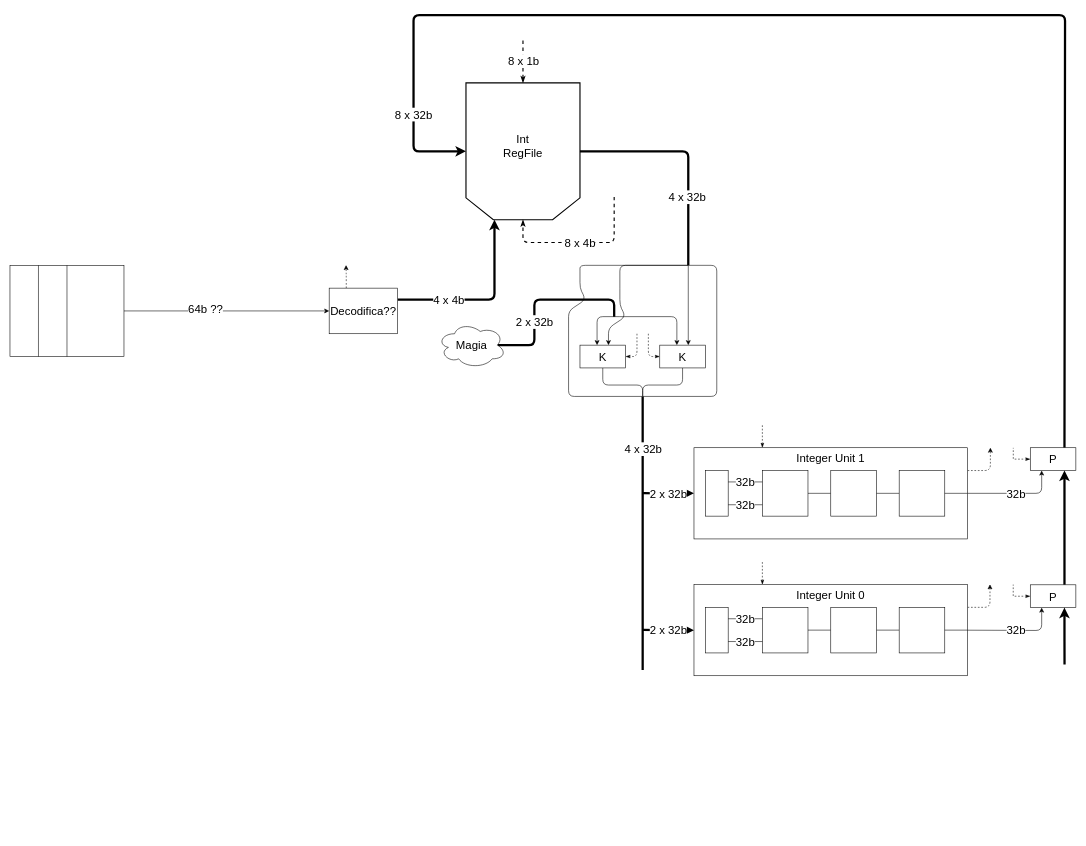
This is Diagrammi/ExecuteStage.drawio from The90Frank/MinorArmAnalyzer, a draw.io file, before an edit. Source tidied: cells renumbered, new cells numbered last; positions are measured from the earlier drawing's top-left corner, leaving out a move shared by most shapes. Both pictures are drawn from the tidied source at 57%, with x=0, y=0 at pixel (10, 15).
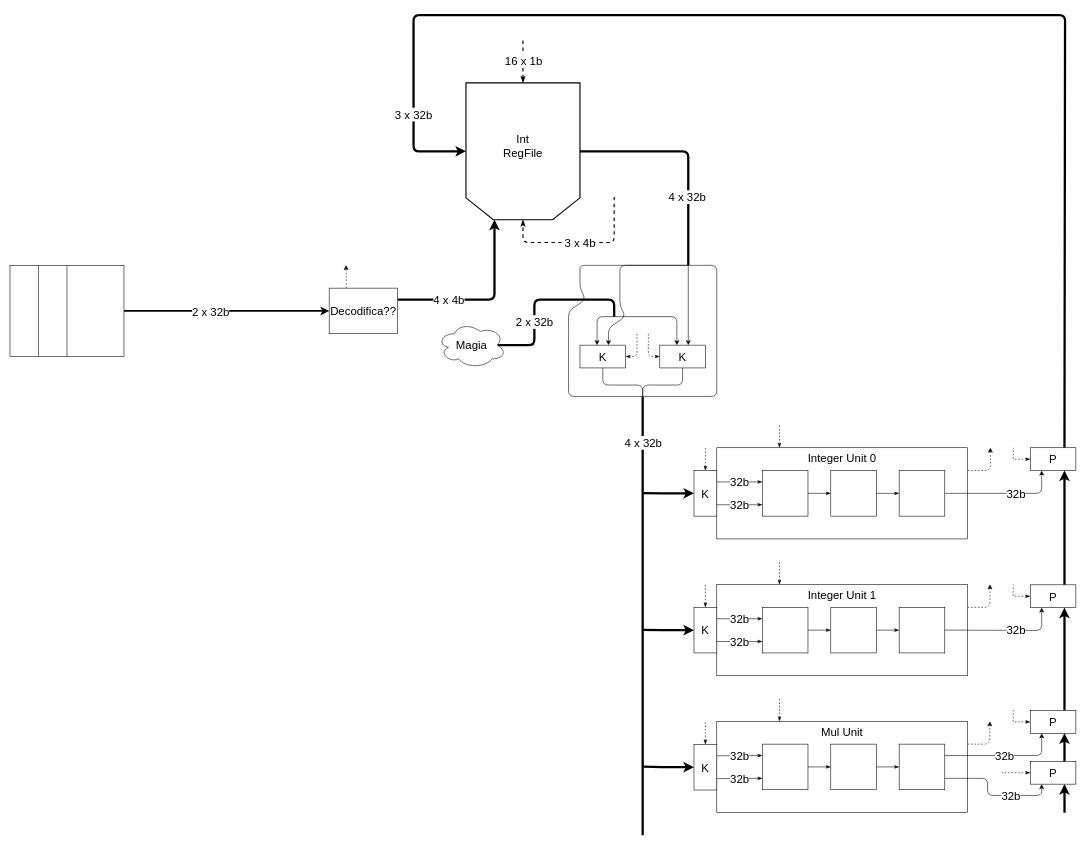
Above is the later version.

The change refers to these unchanged cells:
```xml
<mxCell id="4" style="rounded=0;whiteSpace=wrap;html=1;fontSize=20;align=right;" parent="1" vertex="1">
  <mxGeometry y="439" width="200" height="160" as="geometry" />
</mxCell>
<mxCell id="9" style="shape=loopLimit;whiteSpace=wrap;html=1;rotation=180;size=48;strokeWidth=2;fontSize=20;" parent="1" vertex="1">
  <mxGeometry x="800" y="119" width="200" height="240" as="geometry" />
</mxCell>
<mxCell id="13" value="Decodifica??" style="rounded=0;whiteSpace=wrap;html=1;fontSize=20;" parent="1" vertex="1">
  <mxGeometry x="560" y="479" width="120" height="80" as="geometry" />
</mxCell>
<mxCell id="39" style="whiteSpace=wrap;html=1;fontSize=20;" parent="1" vertex="1">
  <mxGeometry x="1320" y="799" width="80" height="80" as="geometry" />
</mxCell>
<mxCell id="41" style="whiteSpace=wrap;html=1;fontSize=20;" parent="1" vertex="1">
  <mxGeometry x="1440" y="799" width="80" height="80" as="geometry" />
</mxCell>
<mxCell id="42" style="whiteSpace=wrap;html=1;fontSize=20;" parent="1" vertex="1">
  <mxGeometry x="1560" y="799" width="80" height="80" as="geometry" />
</mxCell>
<mxCell id="52" style="whiteSpace=wrap;html=1;fontSize=20;" parent="1" vertex="1">
  <mxGeometry x="1320" y="1039" width="80" height="80" as="geometry" />
</mxCell>
<mxCell id="54" style="whiteSpace=wrap;html=1;fontSize=20;" parent="1" vertex="1">
  <mxGeometry x="1440" y="1039" width="80" height="80" as="geometry" />
</mxCell>
<mxCell id="55" style="whiteSpace=wrap;html=1;fontSize=20;" parent="1" vertex="1">
  <mxGeometry x="1560" y="1039" width="80" height="80" as="geometry" />
</mxCell>
<mxCell id="63" value="P" style="rounded=0;whiteSpace=wrap;html=1;fontSize=20;" parent="1" vertex="1">
  <mxGeometry x="1790" y="759" width="80" height="40" as="geometry" />
</mxCell>
<mxCell id="67" value="P" style="rounded=0;whiteSpace=wrap;html=1;fontSize=20;" parent="1" vertex="1">
  <mxGeometry x="1790" y="999.5" width="80" height="40" as="geometry" />
</mxCell>
```

Change to the diagram source:
```diff
@@
-    <mxCell id="2" style="edgeStyle=orthogonalEdgeStyle;rounded=0;jettySize=auto;html=1;exitX=1;exitY=0.5;exitDx=0;exitDy=0;entryX=0;entryY=0.5;entryDx=0;entryDy=0;startSize=6;endSize=6;strokeWidth=1;fontSize=20;" parent="1" edge="1" source="4" target="13">
+    <mxCell id="2" style="edgeStyle=orthogonalEdgeStyle;rounded=0;jettySize=auto;html=1;exitX=1;exitY=0.5;exitDx=0;exitDy=0;entryX=0;entryY=0.5;entryDx=0;entryDy=0;startSize=6;endSize=6;strokeWidth=3;fontSize=20;" parent="1" edge="1" source="4" target="13">
       <mxGeometry relative="1" as="geometry" />
     </mxCell>
-    <mxCell id="3" value="64b ??" style="text;html=1;align=center;verticalAlign=middle;labelBackgroundColor=#ffffff;fontSize=20;" parent="2" vertex="1">
-      <mxGeometry x="-0.21" y="5" relative="1" as="geometry" />
+    <mxCell id="3" value="2 x 32b" style="text;html=1;align=center;verticalAlign=middle;labelBackgroundColor=#ffffff;fontSize=20;" parent="2" vertex="1">
+      <mxGeometry x="-0.21" y="5" relative="1" as="geometry">
+        <mxPoint x="9" y="5.5" as="offset" />
+      </mxGeometry>
     </mxCell>
@@
-    <mxCell id="7" value="8 x 1b" style="edgeStyle=orthogonalEdgeStyle;rounded=1;jettySize=auto;html=1;startArrow=classicThin;startFill=1;startSize=6;endArrow=none;endFill=0;endSize=6;strokeWidth=2;dashed=1;fontSize=20;" parent="1" edge="1" source="9">
+    <mxCell id="7" value="16 x 1b" style="edgeStyle=orthogonalEdgeStyle;rounded=1;jettySize=auto;html=1;startArrow=classicThin;startFill=1;startSize=6;endArrow=none;endFill=0;endSize=6;strokeWidth=2;dashed=1;fontSize=20;" parent="1" edge="1" source="9">
       <mxGeometry relative="1" as="geometry">
         <mxPoint x="900" y="39" as="targetPoint" />
       </mxGeometry>
     </mxCell>
-    <mxCell id="8" value="8 x 32b" style="edgeStyle=orthogonalEdgeStyle;rounded=1;jettySize=auto;html=1;startArrow=classic;startFill=1;startSize=6;endArrow=none;endFill=0;endSize=6;strokeWidth=4;fontSize=20;exitX=1;exitY=0.5;exitDx=0;exitDy=0;entryX=0.75;entryY=0;entryDx=0;entryDy=0;" parent="1" edge="1" source="9" target="63">
+    <mxCell id="8" value="3 x 32b" style="edgeStyle=orthogonalEdgeStyle;rounded=1;jettySize=auto;html=1;startArrow=classic;startFill=1;startSize=6;endArrow=none;endFill=0;endSize=6;strokeWidth=4;fontSize=20;exitX=1;exitY=0.5;exitDx=0;exitDy=0;entryX=0.75;entryY=0;entryDx=0;entryDy=0;" parent="1" edge="1" source="9" target="63">
       <mxGeometry x="-0.86" relative="1" as="geometry">
         <Array as="points">
           <mxPoint x="708" y="239" />
           <mxPoint x="708" />
           <mxPoint x="1851" />
           <mxPoint x="1851" y="759" />
         </Array>
         <mxPoint y="-1" as="offset" />
       </mxGeometry>
     </mxCell>
@@
-    <mxCell id="34" value="2 x 32b&lt;br style=&quot;font-size: 20px;&quot;&gt;" style="edgeStyle=orthogonalEdgeStyle;rounded=1;jettySize=auto;html=1;exitX=0;exitY=0.5;exitDx=0;exitDy=0;startArrow=classic;startFill=1;startSize=6;endArrow=none;endFill=0;endSize=6;strokeWidth=4;fontSize=20;" parent="1" edge="1" source="35">
+    <mxCell id="34" style="edgeStyle=orthogonalEdgeStyle;rounded=1;jettySize=auto;html=1;exitX=0;exitY=0.5;exitDx=0;exitDy=0;startArrow=classic;startFill=1;startSize=6;endArrow=none;endFill=0;endSize=6;strokeWidth=4;fontSize=20;" parent="1" edge="1" source="43">
       <mxGeometry relative="1" as="geometry">
         <mxPoint x="1110" y="838.6" as="targetPoint" />
       </mxGeometry>
     </mxCell>
-    <mxCell id="35" value="&lt;font style=&quot;font-size: 20px&quot;&gt;Integer Unit 1&lt;/font&gt;" style="rounded=0;whiteSpace=wrap;html=1;verticalAlign=top;fontSize=20;" parent="1" vertex="1">
-      <mxGeometry x="1200" y="759" width="480" height="160" as="geometry" />
+    <mxCell id="35" value="&lt;font style=&quot;font-size: 20px&quot;&gt;Integer Unit 0&lt;/font&gt;" style="rounded=0;whiteSpace=wrap;html=1;verticalAlign=top;fontSize=20;" parent="1" vertex="1">
+      <mxGeometry x="1240" y="759" width="440" height="160" as="geometry" />
     </mxCell>
     <mxCell id="36" style="endArrow=none;html=1;strokeWidth=4;endFill=0;fontSize=20;" parent="1" edge="1">
       <mxGeometry relative="1" as="geometry">
         <mxPoint x="1110" y="669" as="sourcePoint" />
-        <mxPoint x="1110" y="1149" as="targetPoint" />
+        <mxPoint x="1110" y="1439" as="targetPoint" />
       </mxGeometry>
     </mxCell>
     <mxCell id="37" value="4 x 32b" style="text;html=1;align=center;verticalAlign=middle;labelBackgroundColor=#ffffff;fontSize=20;" parent="36" vertex="1">
       <mxGeometry x="-0.33" relative="1" as="geometry">
-        <mxPoint y="-70" as="offset" />
+        <mxPoint y="-177.5" as="offset" />
       </mxGeometry>
     </mxCell>
-    <mxCell id="38" style="edgeStyle=orthogonalEdgeStyle;rounded=1;jettySize=auto;html=1;exitX=1;exitY=0.5;exitDx=0;exitDy=0;entryX=0;entryY=0.5;entryDx=0;entryDy=0;startArrow=none;startFill=0;startSize=6;endArrow=none;endFill=0;endSize=6;strokeWidth=1;fontSize=20;" parent="1" edge="1" source="39" target="41">
+    <mxCell id="38" style="edgeStyle=orthogonalEdgeStyle;rounded=1;jettySize=auto;html=1;exitX=1;exitY=0.5;exitDx=0;exitDy=0;entryX=0;entryY=0.5;entryDx=0;entryDy=0;startArrow=none;startFill=0;startSize=6;endArrow=classicThin;endFill=1;endSize=6;strokeWidth=1;fontSize=20;" parent="1" edge="1" source="39" target="41">
       <mxGeometry relative="1" as="geometry" />
     </mxCell>
@@
-    <mxCell id="40" style="edgeStyle=orthogonalEdgeStyle;rounded=1;jettySize=auto;html=1;exitX=1;exitY=0.5;exitDx=0;exitDy=0;entryX=0;entryY=0.5;entryDx=0;entryDy=0;startArrow=none;startFill=0;startSize=6;endArrow=none;endFill=0;endSize=6;strokeWidth=1;fontSize=20;" parent="1" edge="1" source="41" target="42">
+    <mxCell id="40" style="edgeStyle=orthogonalEdgeStyle;rounded=1;jettySize=auto;html=1;exitX=1;exitY=0.5;exitDx=0;exitDy=0;entryX=0;entryY=0.5;entryDx=0;entryDy=0;startArrow=none;startFill=0;startSize=6;endArrow=classicThin;endFill=1;endSize=6;strokeWidth=1;fontSize=20;" parent="1" edge="1" source="41" target="42">
       <mxGeometry relative="1" as="geometry" />
     </mxCell>
@@
-    <mxCell id="43" style="rounded=0;whiteSpace=wrap;html=1;fontSize=20;" parent="1" vertex="1">
-      <mxGeometry x="1220" y="799" width="40" height="80" as="geometry" />
+    <mxCell id="43" value="K" style="rounded=0;whiteSpace=wrap;html=1;fontSize=20;" parent="1" vertex="1">
+      <mxGeometry x="1200" y="799" width="40" height="80" as="geometry" />
     </mxCell>
@@
-    <mxCell id="45" value="32b" style="endArrow=none;html=1;strokeWidth=1;entryX=0;entryY=0.25;entryDx=0;entryDy=0;exitX=1;exitY=0.25;exitDx=0;exitDy=0;fontSize=20;" parent="1" edge="1" source="43" target="39">
+    <mxCell id="45" value="32b" style="endArrow=classicThin;html=1;strokeWidth=1;entryX=0;entryY=0.25;entryDx=0;entryDy=0;exitX=1;exitY=0.25;exitDx=0;exitDy=0;fontSize=20;endFill=1;" parent="1" edge="1" source="43" target="39">
       <mxGeometry relative="1" as="geometry" />
     </mxCell>
-    <mxCell id="46" value="32b" style="endArrow=none;html=1;strokeWidth=1;entryX=0;entryY=0.75;entryDx=0;entryDy=0;exitX=1;exitY=0.75;exitDx=0;exitDy=0;fontSize=20;" parent="1" edge="1" source="43" target="39">
+    <mxCell id="46" value="32b" style="endArrow=classicThin;html=1;strokeWidth=1;entryX=0;entryY=0.75;entryDx=0;entryDy=0;exitX=1;exitY=0.75;exitDx=0;exitDy=0;fontSize=20;endFill=1;" parent="1" edge="1" source="43" target="39">
       <mxGeometry relative="1" as="geometry" />
     </mxCell>
     <mxCell id="47" style="endArrow=none;dashed=1;html=1;strokeWidth=1;exitX=0.25;exitY=0;exitDx=0;exitDy=0;endFill=0;startArrow=classicThin;startFill=1;fontSize=20;" parent="1" edge="1" source="35">
       <mxGeometry relative="1" as="geometry">
-        <mxPoint x="1320" y="719" as="targetPoint" />
+        <mxPoint x="1350" y="719" as="targetPoint" />
       </mxGeometry>
     </mxCell>
@@
-    <mxCell id="49" value="2 x 32b&lt;br style=&quot;font-size: 20px;&quot;&gt;" style="edgeStyle=orthogonalEdgeStyle;rounded=1;jettySize=auto;html=1;exitX=0;exitY=0.5;exitDx=0;exitDy=0;startArrow=classic;startFill=1;startSize=6;endArrow=none;endFill=0;endSize=6;strokeWidth=4;fontSize=20;" parent="1" edge="1" source="50">
+    <mxCell id="49" style="edgeStyle=orthogonalEdgeStyle;rounded=1;jettySize=auto;html=1;exitX=0;exitY=0.5;exitDx=0;exitDy=0;startArrow=classic;startFill=1;startSize=6;endArrow=none;endFill=0;endSize=6;strokeWidth=4;fontSize=20;" parent="1" edge="1" source="56">
       <mxGeometry relative="1" as="geometry">
         <mxPoint x="1110" y="1078.6" as="targetPoint" />
       </mxGeometry>
     </mxCell>
-    <mxCell id="50" value="&lt;font style=&quot;font-size: 20px&quot;&gt;Integer Unit 0&lt;br style=&quot;font-size: 20px&quot;&gt;&lt;/font&gt;" style="rounded=0;whiteSpace=wrap;html=1;verticalAlign=top;fontSize=20;" parent="1" vertex="1">
-      <mxGeometry x="1200" y="999" width="480" height="160" as="geometry" />
+    <mxCell id="50" value="&lt;font style=&quot;font-size: 20px&quot;&gt;Integer Unit 1&lt;br style=&quot;font-size: 20px&quot;&gt;&lt;/font&gt;" style="rounded=0;whiteSpace=wrap;html=1;verticalAlign=top;fontSize=20;" parent="1" vertex="1">
+      <mxGeometry x="1240" y="999" width="440" height="160" as="geometry" />
     </mxCell>
-    <mxCell id="51" style="edgeStyle=orthogonalEdgeStyle;rounded=1;jettySize=auto;html=1;exitX=1;exitY=0.5;exitDx=0;exitDy=0;entryX=0;entryY=0.5;entryDx=0;entryDy=0;startArrow=none;startFill=0;startSize=6;endArrow=none;endFill=0;endSize=6;strokeWidth=1;fontSize=20;" parent="1" edge="1" source="52" target="54">
+    <mxCell id="51" style="edgeStyle=orthogonalEdgeStyle;rounded=1;jettySize=auto;html=1;exitX=1;exitY=0.5;exitDx=0;exitDy=0;entryX=0;entryY=0.5;entryDx=0;entryDy=0;startArrow=none;startFill=0;startSize=6;endArrow=classicThin;endFill=1;endSize=6;strokeWidth=1;fontSize=20;" parent="1" edge="1" source="52" target="54">
       <mxGeometry relative="1" as="geometry" />
     </mxCell>
@@
-    <mxCell id="53" style="edgeStyle=orthogonalEdgeStyle;rounded=1;jettySize=auto;html=1;exitX=1;exitY=0.5;exitDx=0;exitDy=0;entryX=0;entryY=0.5;entryDx=0;entryDy=0;startArrow=none;startFill=0;startSize=6;endArrow=none;endFill=0;endSize=6;strokeWidth=1;fontSize=20;" parent="1" edge="1" source="54" target="55">
+    <mxCell id="53" style="edgeStyle=orthogonalEdgeStyle;rounded=1;jettySize=auto;html=1;exitX=1;exitY=0.5;exitDx=0;exitDy=0;entryX=0;entryY=0.5;entryDx=0;entryDy=0;startArrow=none;startFill=0;startSize=6;endArrow=classicThin;endFill=1;endSize=6;strokeWidth=1;fontSize=20;" parent="1" edge="1" source="54" target="55">
       <mxGeometry relative="1" as="geometry" />
     </mxCell>
@@
-    <mxCell id="56" style="rounded=0;whiteSpace=wrap;html=1;fontSize=20;" parent="1" vertex="1">
-      <mxGeometry x="1220" y="1039" width="40" height="80" as="geometry" />
+    <mxCell id="56" value="K" style="rounded=0;whiteSpace=wrap;html=1;fontSize=20;" parent="1" vertex="1">
+      <mxGeometry x="1200" y="1039" width="40" height="80" as="geometry" />
     </mxCell>
@@
-    <mxCell id="58" value="32b" style="endArrow=none;html=1;strokeWidth=1;entryX=0;entryY=0.25;entryDx=0;entryDy=0;exitX=1;exitY=0.25;exitDx=0;exitDy=0;fontSize=20;" parent="1" edge="1" source="56" target="52">
+    <mxCell id="58" value="32b" style="endArrow=classicThin;html=1;strokeWidth=1;entryX=0;entryY=0.25;entryDx=0;entryDy=0;exitX=1;exitY=0.25;exitDx=0;exitDy=0;fontSize=20;endFill=1;" parent="1" edge="1" source="56" target="52">
       <mxGeometry relative="1" as="geometry" />
     </mxCell>
-    <mxCell id="59" value="32b" style="endArrow=none;html=1;strokeWidth=1;entryX=0;entryY=0.75;entryDx=0;entryDy=0;exitX=1;exitY=0.75;exitDx=0;exitDy=0;fontSize=20;" parent="1" edge="1" source="56" target="52">
+    <mxCell id="59" value="32b" style="endArrow=classicThin;html=1;strokeWidth=1;entryX=0;entryY=0.75;entryDx=0;entryDy=0;exitX=1;exitY=0.75;exitDx=0;exitDy=0;fontSize=20;endFill=1;" parent="1" edge="1" source="56" target="52">
       <mxGeometry relative="1" as="geometry" />
     </mxCell>
     <mxCell id="60" style="endArrow=none;dashed=1;html=1;strokeWidth=1;exitX=0.25;exitY=0;exitDx=0;exitDy=0;endFill=0;startArrow=classicThin;startFill=1;fontSize=20;" parent="1" edge="1" source="50">
       <mxGeometry relative="1" as="geometry">
-        <mxPoint x="1320" y="959" as="targetPoint" />
+        <mxPoint x="1350" y="959" as="targetPoint" />
       </mxGeometry>
     </mxCell>
-    <mxCell id="61" value="8 x 4b" style="endArrow=classicThin;dashed=1;html=1;strokeWidth=2;entryX=0.5;entryY=0;entryDx=0;entryDy=0;startArrow=none;startFill=0;endFill=1;fontSize=20;" parent="1" edge="1" target="9">
+    <mxCell id="61" value="3 x 4b" style="endArrow=classicThin;dashed=1;html=1;strokeWidth=2;entryX=0.5;entryY=0;entryDx=0;entryDy=0;startArrow=none;startFill=0;endFill=1;fontSize=20;" parent="1" edge="1" target="9">
       <mxGeometry relative="1" as="geometry">
         <mxPoint x="1060" y="319" as="sourcePoint" />
         <Array as="points">
           <mxPoint x="1060" y="399" />
           <mxPoint x="900" y="399" />
         </Array>
       </mxGeometry>
     </mxCell>
@@
-    <mxCell id="68" style="edgeStyle=orthogonalEdgeStyle;rounded=1;jettySize=auto;html=1;exitX=0.75;exitY=1;exitDx=0;exitDy=0;startArrow=classic;startFill=1;startSize=6;endArrow=none;endFill=0;endSize=6;strokeWidth=4;fontSize=20;" parent="1" edge="1" source="67">
-      <mxGeometry relative="1" as="geometry">
-        <mxPoint x="1850.1" y="1139.1" as="targetPoint" />
-        <Array as="points">
-          <mxPoint x="1850" y="1089.5" />
-          <mxPoint x="1850" y="1089.5" />
-        </Array>
-      </mxGeometry>
+    <mxCell id="68" style="edgeStyle=orthogonalEdgeStyle;rounded=1;jettySize=auto;html=1;exitX=0.75;exitY=1;exitDx=0;exitDy=0;startArrow=classic;startFill=1;startSize=6;endArrow=none;endFill=0;endSize=6;strokeWidth=4;fontSize=20;entryX=0.75;entryY=0;entryDx=0;entryDy=0;" parent="1" edge="1" source="67" target="82">
+      <mxGeometry relative="1" as="geometry" />
     </mxCell>
+    <mxCell id="69" style="edgeStyle=orthogonalEdgeStyle;rounded=1;jettySize=auto;html=1;exitX=1;exitY=0.25;exitDx=0;exitDy=0;dashed=1;startArrow=none;startFill=0;startSize=6;endArrow=classic;endFill=1;endSize=6;strokeWidth=1;fontSize=20;" parent="1" edge="1" source="71">
+      <mxGeometry relative="1" as="geometry">
+        <mxPoint x="1719" y="1239" as="targetPoint" />
+        <Array as="points">
+          <mxPoint x="1719" y="1279" />
+        </Array>
+      </mxGeometry>
+    </mxCell>
+    <mxCell id="70" style="edgeStyle=orthogonalEdgeStyle;rounded=1;jettySize=auto;html=1;exitX=0;exitY=0.5;exitDx=0;exitDy=0;startArrow=classic;startFill=1;startSize=6;endArrow=none;endFill=0;endSize=6;strokeWidth=4;fontSize=20;" parent="1" edge="1" source="85">
+      <mxGeometry relative="1" as="geometry">
+        <mxPoint x="1110" y="1318.6" as="targetPoint" />
+      </mxGeometry>
+    </mxCell>
+    <mxCell id="71" value="&lt;font style=&quot;font-size: 20px&quot;&gt;Mul Unit&lt;br style=&quot;font-size: 20px&quot;&gt;&lt;/font&gt;" style="rounded=0;whiteSpace=wrap;html=1;verticalAlign=top;fontSize=20;" parent="1" vertex="1">
+      <mxGeometry x="1240" y="1239" width="440" height="160" as="geometry" />
+    </mxCell>
+    <mxCell id="72" style="edgeStyle=orthogonalEdgeStyle;rounded=1;jettySize=auto;html=1;exitX=1;exitY=0.5;exitDx=0;exitDy=0;entryX=0;entryY=0.5;entryDx=0;entryDy=0;startArrow=none;startFill=0;startSize=6;endArrow=classicThin;endFill=1;endSize=6;strokeWidth=1;fontSize=20;" parent="1" edge="1" source="73" target="75">
+      <mxGeometry relative="1" as="geometry" />
+    </mxCell>
+    <mxCell id="73" style="whiteSpace=wrap;html=1;fontSize=20;" parent="1" vertex="1">
+      <mxGeometry x="1320" y="1279" width="80" height="80" as="geometry" />
+    </mxCell>
+    <mxCell id="74" style="edgeStyle=orthogonalEdgeStyle;rounded=1;jettySize=auto;html=1;exitX=1;exitY=0.5;exitDx=0;exitDy=0;entryX=0;entryY=0.5;entryDx=0;entryDy=0;startArrow=none;startFill=0;startSize=6;endArrow=classicThin;endFill=1;endSize=6;strokeWidth=1;fontSize=20;" parent="1" edge="1" source="75" target="76">
+      <mxGeometry relative="1" as="geometry" />
+    </mxCell>
+    <mxCell id="75" style="whiteSpace=wrap;html=1;fontSize=20;" parent="1" vertex="1">
+      <mxGeometry x="1440" y="1279" width="80" height="80" as="geometry" />
+    </mxCell>
+    <mxCell id="76" style="whiteSpace=wrap;html=1;fontSize=20;" parent="1" vertex="1">
+      <mxGeometry x="1560" y="1279" width="80" height="80" as="geometry" />
+    </mxCell>
+    <mxCell id="77" value="32b" style="endArrow=classicThin;html=1;strokeWidth=1;entryX=0;entryY=0.25;entryDx=0;entryDy=0;exitX=1;exitY=0.25;exitDx=0;exitDy=0;fontSize=20;endFill=1;" parent="1" edge="1" source="85" target="73">
+      <mxGeometry relative="1" as="geometry" />
+    </mxCell>
+    <mxCell id="78" value="32b" style="endArrow=classicThin;html=1;strokeWidth=1;entryX=0;entryY=0.75;entryDx=0;entryDy=0;exitX=1;exitY=0.75;exitDx=0;exitDy=0;fontSize=20;endFill=1;" parent="1" edge="1" source="85" target="73">
+      <mxGeometry relative="1" as="geometry" />
+    </mxCell>
+    <mxCell id="79" style="endArrow=none;dashed=1;html=1;strokeWidth=1;exitX=0.25;exitY=0;exitDx=0;exitDy=0;endFill=0;startArrow=classicThin;startFill=1;fontSize=20;" parent="1" edge="1" source="71">
+      <mxGeometry relative="1" as="geometry">
+        <mxPoint x="1350" y="1199" as="targetPoint" />
+      </mxGeometry>
+    </mxCell>
+    <mxCell id="80" value="32b" style="edgeStyle=orthogonalEdgeStyle;rounded=1;jettySize=auto;html=1;startArrow=none;startFill=0;startSize=6;endArrow=classic;endFill=1;endSize=6;strokeWidth=1;fontSize=20;entryX=0.25;entryY=1;entryDx=0;entryDy=0;exitX=1;exitY=0.25;exitDx=0;exitDy=0;" parent="1" edge="1" source="76" target="82">
+      <mxGeometry relative="1" as="geometry" />
+    </mxCell>
+    <mxCell id="81" style="edgeStyle=orthogonalEdgeStyle;rounded=0;jettySize=auto;html=1;exitX=0;exitY=0.5;exitDx=0;exitDy=0;fontSize=20;startArrow=classicThin;startFill=1;endArrow=none;endFill=0;dashed=1;" parent="1" edge="1" source="82">
+      <mxGeometry relative="1" as="geometry">
+        <mxPoint x="1760.1" y="1219.1" as="targetPoint" />
+      </mxGeometry>
+    </mxCell>
+    <mxCell id="82" value="P" style="rounded=0;whiteSpace=wrap;html=1;fontSize=20;" parent="1" vertex="1">
+      <mxGeometry x="1790" y="1220" width="80" height="40" as="geometry" />
+    </mxCell>
+    <mxCell id="83" style="edgeStyle=orthogonalEdgeStyle;rounded=1;jettySize=auto;html=1;exitX=0.75;exitY=1;exitDx=0;exitDy=0;startArrow=classic;startFill=1;startSize=6;endArrow=none;endFill=0;endSize=6;strokeWidth=4;fontSize=20;entryX=0.75;entryY=0;entryDx=0;entryDy=0;" parent="1" edge="1" source="82" target="90">
+      <mxGeometry relative="1" as="geometry">
+        <Array as="points">
+          <mxPoint x="1850" y="1339" />
+        </Array>
+      </mxGeometry>
+    </mxCell>
+    <mxCell id="84" style="endArrow=none;dashed=1;html=1;strokeWidth=1;exitX=0.5;exitY=0;exitDx=0;exitDy=0;endFill=0;startArrow=classicThin;startFill=1;fontSize=20;" parent="1" edge="1" source="43">
+      <mxGeometry relative="1" as="geometry">
+        <mxPoint x="1220" y="759" as="targetPoint" />
+      </mxGeometry>
+    </mxCell>
+    <mxCell id="85" value="K" style="rounded=0;whiteSpace=wrap;html=1;fontSize=20;" parent="1" vertex="1">
+      <mxGeometry x="1200" y="1279.5" width="40" height="80" as="geometry" />
+    </mxCell>
+    <mxCell id="86" style="endArrow=none;dashed=1;html=1;strokeWidth=1;exitX=0.5;exitY=0;exitDx=0;exitDy=0;endFill=0;startArrow=classicThin;startFill=1;fontSize=20;" parent="1" edge="1" source="85">
+      <mxGeometry relative="1" as="geometry">
+        <mxPoint x="1220" y="1239" as="targetPoint" />
+      </mxGeometry>
+    </mxCell>
+    <mxCell id="87" style="endArrow=none;dashed=1;html=1;strokeWidth=1;exitX=0.5;exitY=0;exitDx=0;exitDy=0;endFill=0;startArrow=classicThin;startFill=1;fontSize=20;" parent="1" edge="1" source="56">
+      <mxGeometry relative="1" as="geometry">
+        <mxPoint x="1220" y="999" as="targetPoint" />
+      </mxGeometry>
+    </mxCell>
+    <mxCell id="88" value="32b" style="edgeStyle=orthogonalEdgeStyle;rounded=1;jettySize=auto;html=1;startArrow=none;startFill=0;startSize=6;endArrow=classic;endFill=1;endSize=6;strokeWidth=1;fontSize=20;entryX=0.25;entryY=1;entryDx=0;entryDy=0;exitX=1;exitY=0.75;exitDx=0;exitDy=0;" parent="1" edge="1" source="76" target="90">
+      <mxGeometry x="0.33" relative="1" as="geometry">
+        <Array as="points">
+          <mxPoint x="1715" y="1339" />
+          <mxPoint x="1715" y="1369" />
+          <mxPoint x="1810" y="1369" />
+        </Array>
+      </mxGeometry>
+    </mxCell>
+    <mxCell id="89" style="edgeStyle=orthogonalEdgeStyle;rounded=0;jettySize=auto;html=1;exitX=0;exitY=0.5;exitDx=0;exitDy=0;fontSize=20;startArrow=classicThin;startFill=1;endArrow=none;endFill=0;dashed=1;" parent="1" edge="1" source="90">
+      <mxGeometry relative="1" as="geometry">
+        <mxPoint x="1740" y="1329" as="targetPoint" />
+        <Array as="points">
+          <mxPoint x="1760" y="1329" />
+        </Array>
+      </mxGeometry>
+    </mxCell>
+    <mxCell id="90" value="P" style="rounded=0;whiteSpace=wrap;html=1;fontSize=20;" parent="1" vertex="1">
+      <mxGeometry x="1790" y="1309.2" width="80" height="40" as="geometry" />
+    </mxCell>
+    <mxCell id="91" style="edgeStyle=orthogonalEdgeStyle;rounded=1;jettySize=auto;html=1;exitX=0.75;exitY=1;exitDx=0;exitDy=0;startArrow=classic;startFill=1;startSize=6;endArrow=none;endFill=0;endSize=6;strokeWidth=4;fontSize=20;" parent="1" edge="1" source="90">
+      <mxGeometry relative="1" as="geometry">
+        <mxPoint x="1850.1" y="1399.4" as="targetPoint" />
+        <Array as="points">
+          <mxPoint x="1850" y="1350.2" />
+          <mxPoint x="1850" y="1350.2" />
+        </Array>
+      </mxGeometry>
+    </mxCell>
```
